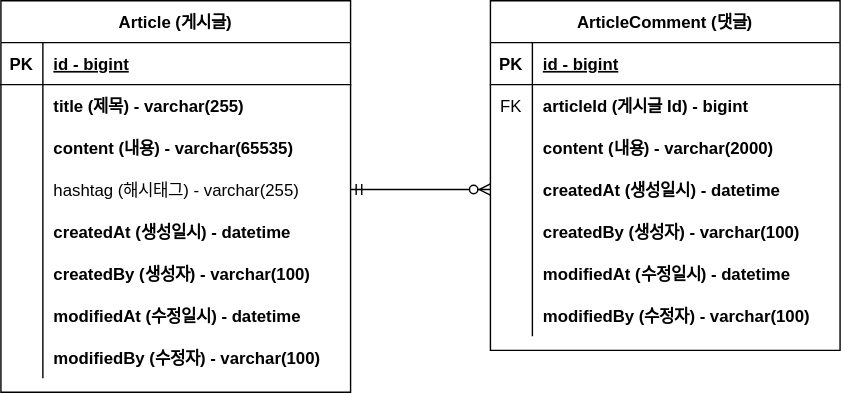
Earlier version of the draw.io export document/project-board-erd.svg (kite707/basic-board). Source tidied: cells renumbered, new cells last; positions are measured from the earlier drawing's top-left corner, leaving out a move shared by most shapes.
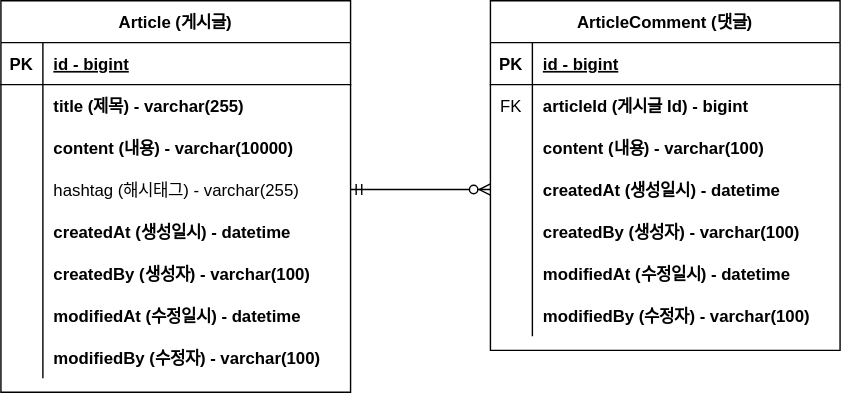
After the commit.

What changed in the source:
```diff
@@ -29,7 +29,7 @@
     <mxCell id="10" style="shape=partialRectangle;overflow=hidden;fillColor=none;top=0;left=0;bottom=0;right=0;" parent="9" vertex="1">
       <mxGeometry width="30" height="30" as="geometry" />
     </mxCell>
-    <mxCell id="11" value="content (내용) - varchar(65535)" style="shape=partialRectangle;overflow=hidden;fillColor=none;top=0;left=0;bottom=0;right=0;align=left;spacingLeft=6;fontStyle=1;" parent="9" vertex="1">
+    <mxCell id="11" value="content (내용) - varchar(10000)" style="shape=partialRectangle;overflow=hidden;fillColor=none;top=0;left=0;bottom=0;right=0;align=left;spacingLeft=6;fontStyle=1;" parent="9" vertex="1">
       <mxGeometry x="30" width="220" height="30" as="geometry" />
     </mxCell>
     <mxCell id="12" style="shape=partialRectangle;fillColor=none;points=[[0,0.5],[1,0.5]];portConstraint=eastwest;top=0;left=0;right=0;bottom=0;" parent="2" vertex="1">
@@ -104,7 +104,7 @@
     <mxCell id="35" style="shape=partialRectangle;overflow=hidden;fillColor=none;top=0;left=0;bottom=0;right=0;" parent="34" vertex="1">
       <mxGeometry width="30" height="30" as="geometry" />
     </mxCell>
-    <mxCell id="36" value="content (내용) - varchar(2000)" style="shape=partialRectangle;overflow=hidden;fillColor=none;top=0;left=0;bottom=0;right=0;align=left;spacingLeft=6;fontStyle=1;" parent="34" vertex="1">
+    <mxCell id="36" value="content (내용) - varchar(100)" style="shape=partialRectangle;overflow=hidden;fillColor=none;top=0;left=0;bottom=0;right=0;align=left;spacingLeft=6;fontStyle=1;" parent="34" vertex="1">
       <mxGeometry x="30" width="220" height="30" as="geometry" />
     </mxCell>
     <mxCell id="37" style="shape=partialRectangle;fillColor=none;points=[[0,0.5],[1,0.5]];portConstraint=eastwest;top=0;left=0;right=0;bottom=0;" parent="27" vertex="1">
```
